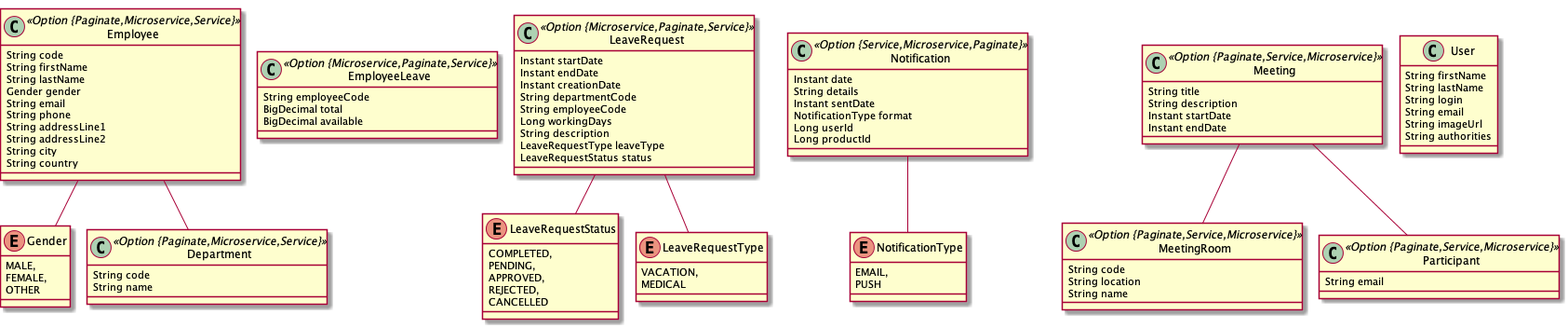
This is jhipster-microservice/assets/office-assistant.png from adhulappanavar/katacoda-scenarios, a PlantUML export, as it was before one commit. Its diagram source:
```plantuml
@startuml
	!pragma graphviz_dot jdot
	!pragma syntax class
	class Employee <<Option {Paginate,Microservice,Service}>> {
		String code
		String firstName
		String lastName
		Gender gender
		String email
		String phone
		String addressLine1
		String addressLine2
		String city
		String country
	}
	Employee ..> Gender
	class Department <<Option {Paginate,Microservice,Service}>> {
		String code
		String name
	}
	enum Gender {
		MALE,
		FEMALE,
		OTHER
	}
	Employee  "department(name)  1..* " o-- "0..1 "  Department
	class EmployeeLeave <<Option {Microservice,Paginate,Service}>> {
		String employeeCode
		BigDecimal total
		BigDecimal available
	}
	enum LeaveRequestStatus {
		COMPLETED,
		PENDING,
		APPROVED,
		REJECTED,
		CANCELLED
	}
	enum LeaveRequestType {
		VACATION,
		MEDICAL
	}
	class LeaveRequest <<Option {Microservice,Paginate,Service}>> {
		Instant startDate
		Instant endDate
		Instant creationDate
		String departmentCode
		String employeeCode
		Long workingDays
		String description
		LeaveRequestType leaveType
		LeaveRequestStatus status
	}
	LeaveRequest ..> LeaveRequestType
	LeaveRequest ..> LeaveRequestStatus
	class Notification <<Option {Service,Microservice,Paginate}>> {
		Instant date
		String details
		Instant sentDate
		NotificationType format
		Long userId
		Long productId
	}
	Notification ..> NotificationType
	enum NotificationType {
		EMAIL,
		PUSH
	}
	class MeetingRoom <<Option {Paginate,Service,Microservice}>> {
		String code
		String location
		String name
	}
	class Participant <<Option {Paginate,Service,Microservice}>> {
		String email
	}
	class Meeting <<Option {Paginate,Service,Microservice}>> {
		String title
		String description
		Instant startDate
		Instant endDate
	}
	Meeting  "meetingRoom(name)  1..* " o-- "0..1 "  MeetingRoom
	Meeting  "participant(email) 0..* " o--o "meeting(title) 0..* "  Participant
	class User  {
		String firstName
		String lastName
		String login
		String email
		String imageUrl
		String authorities
	}
@enduml
```
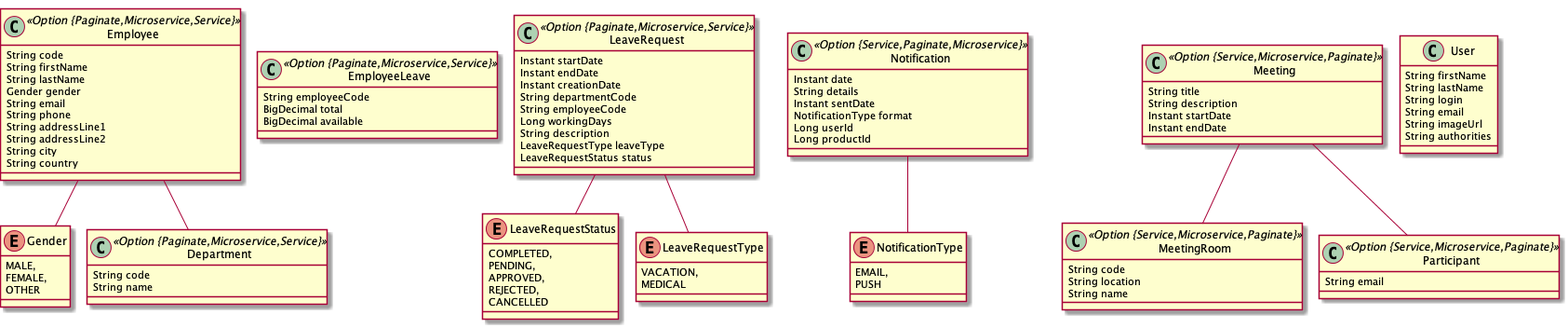
The same diagram one commit later.

Diff of the diagram source:
```diff
@@ -24,7 +24,7 @@
 		OTHER
 	}
 	Employee  "department(name)  1..* " o-- "0..1 "  Department
-	class EmployeeLeave <<Option {Microservice,Paginate,Service}>> {
+	class EmployeeLeave <<Option {Paginate,Microservice,Service}>> {
 		String employeeCode
 		BigDecimal total
 		BigDecimal available
@@ -40,7 +40,7 @@
 		VACATION,
 		MEDICAL
 	}
-	class LeaveRequest <<Option {Microservice,Paginate,Service}>> {
+	class LeaveRequest <<Option {Paginate,Microservice,Service}>> {
 		Instant startDate
 		Instant endDate
 		Instant creationDate
@@ -53,7 +53,7 @@
 	}
 	LeaveRequest ..> LeaveRequestType
 	LeaveRequest ..> LeaveRequestStatus
-	class Notification <<Option {Service,Microservice,Paginate}>> {
+	class Notification <<Option {Service,Paginate,Microservice}>> {
 		Instant date
 		String details
 		Instant sentDate
@@ -66,15 +66,15 @@
 		EMAIL,
 		PUSH
 	}
-	class MeetingRoom <<Option {Paginate,Service,Microservice}>> {
+	class MeetingRoom <<Option {Service,Microservice,Paginate}>> {
 		String code
 		String location
 		String name
 	}
-	class Participant <<Option {Paginate,Service,Microservice}>> {
+	class Participant <<Option {Service,Microservice,Paginate}>> {
 		String email
 	}
-	class Meeting <<Option {Paginate,Service,Microservice}>> {
+	class Meeting <<Option {Service,Microservice,Paginate}>> {
 		String title
 		String description
 		Instant startDate
```
